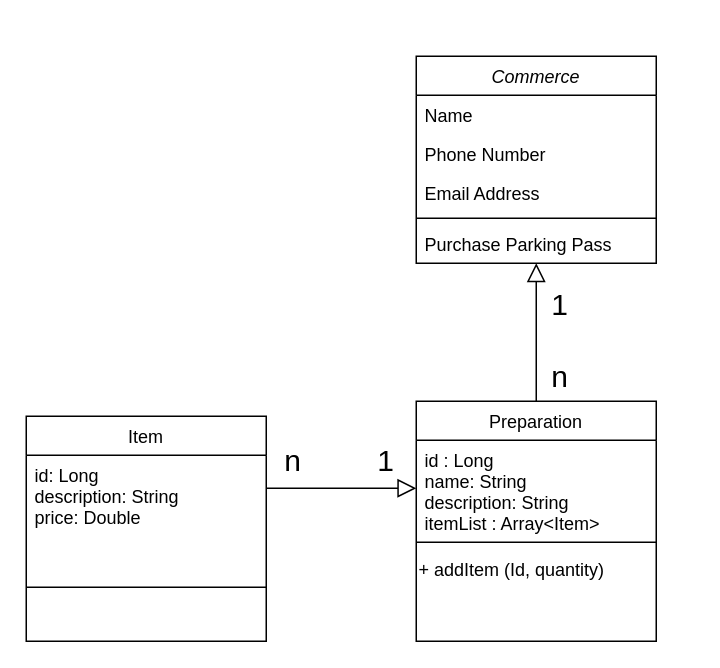
This is docs/AutoPricerDatabase.drawio from mariano115/auto-pricer-backend, a draw.io file, before an edit. Source tidied: cells renumbered, new cells numbered last; positions are measured from the earlier drawing's top-left corner, leaving out a move shared by most shapes. Both pictures are drawn from the tidied source at 150%, with x=0, y=0 at pixel (26, 56).
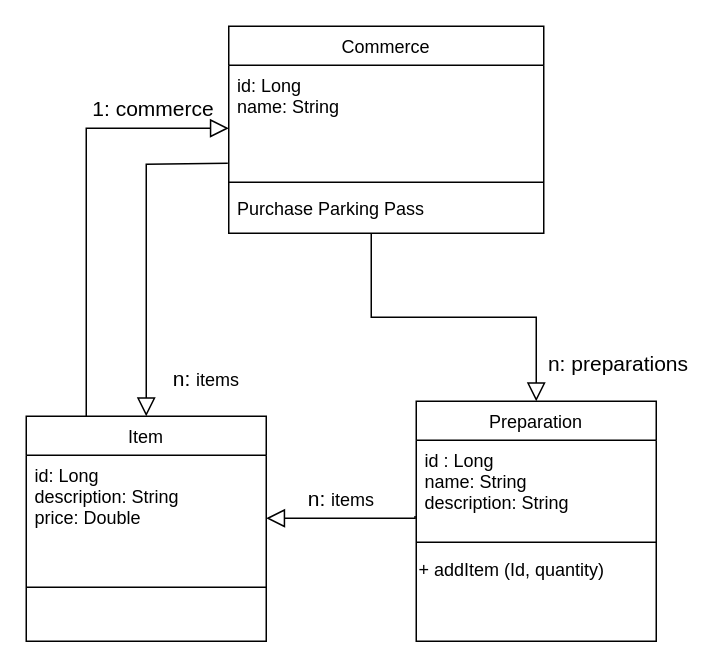
Above is the later version.

Unchanged cells that the change refers to:
```xml
<mxCell id="8" value="Item" style="swimlane;fontStyle=0;align=center;verticalAlign=top;horizontal=1;startSize=26;rounded=0;shadow=0;strokeWidth=1;" parent="1" vertex="1">
  <mxGeometry y="240" width="160" height="150" as="geometry" />
</mxCell>
<mxCell id="9" value="id: Long&#10;description: String&#10;price: Double" style="text;align=left;verticalAlign=top;spacingLeft=4;spacingRight=4;overflow=hidden;points=[[0,0.5],[1,0.5]];portConstraint=eastwest;" parent="8" vertex="1">
  <mxGeometry y="26" width="160" height="84" as="geometry" />
</mxCell>
<mxCell id="12" value="Preparation" style="swimlane;fontStyle=0;align=center;verticalAlign=top;horizontal=1;startSize=26;rounded=0;shadow=0;strokeWidth=1;" parent="1" vertex="1">
  <mxGeometry x="260" y="230" width="160" height="160" as="geometry" />
</mxCell>
```

Diff of the diagram source:
```diff
@@
-    <mxCell id="2" value="Commerce" style="swimlane;fontStyle=2;align=center;verticalAlign=top;horizontal=1;startSize=26;rounded=0;shadow=0;strokeWidth=1;" parent="1" vertex="1">
-      <mxGeometry x="260" width="160" height="138" as="geometry" />
+    <mxCell id="2" value="Commerce" style="swimlane;fontStyle=0;align=center;verticalAlign=top;horizontal=1;startSize=26;rounded=0;shadow=0;strokeWidth=1;" parent="1" vertex="1">
+      <mxGeometry x="135" y="-20" width="210" height="138" as="geometry" />
     </mxCell>
-    <mxCell id="3" value="Name" style="text;align=left;verticalAlign=top;spacingLeft=4;spacingRight=4;overflow=hidden;points=[[0,0.5],[1,0.5]];portConstraint=eastwest;" parent="2" vertex="1">
-      <mxGeometry y="26" width="160" height="26" as="geometry" />
+    <mxCell id="3" value="id: Long&#10;name: String&#10;" style="text;align=left;verticalAlign=top;spacingLeft=4;spacingRight=4;overflow=hidden;points=[[0,0.5],[1,0.5]];portConstraint=eastwest;" parent="2" vertex="1">
+      <mxGeometry y="26" width="210" height="74" as="geometry" />
     </mxCell>
-    <mxCell id="4" value="Phone Number" style="text;align=left;verticalAlign=top;spacingLeft=4;spacingRight=4;overflow=hidden;rounded=0;shadow=0;html=0;" parent="2" vertex="1">
-      <mxGeometry y="52" width="160" height="26" as="geometry" />
-    </mxCell>
-    <mxCell id="5" value="Email Address" style="text;align=left;verticalAlign=top;spacingLeft=4;spacingRight=4;overflow=hidden;rounded=0;shadow=0;html=0;" parent="2" vertex="1">
-      <mxGeometry y="78" width="160" height="26" as="geometry" />
-    </mxCell>
     <mxCell id="6" style="line;html=1;strokeWidth=1;align=left;verticalAlign=middle;spacingTop=-1;spacingLeft=3;spacingRight=3;labelPosition=right;" parent="2" vertex="1">
-      <mxGeometry y="104" width="160" height="8" as="geometry" />
+      <mxGeometry y="100" width="210" height="8" as="geometry" />
     </mxCell>
     <mxCell id="7" value="Purchase Parking Pass" style="text;align=left;verticalAlign=top;spacingLeft=4;spacingRight=4;overflow=hidden;" parent="2" vertex="1">
-      <mxGeometry y="112" width="160" height="26" as="geometry" />
+      <mxGeometry y="108" width="210" height="26" as="geometry" />
     </mxCell>
@@
-    <mxCell id="11" style="endArrow=block;endSize=10;endFill=0;shadow=0;strokeWidth=1;rounded=0;edgeStyle=elbowEdgeStyle;elbow=vertical;entryX=0;entryY=0.5;entryDx=0;entryDy=0;" parent="1" edge="1" source="8" target="13">
-      <mxGeometry relative="1" as="geometry" />
-    </mxCell>
@@
-    <mxCell id="13" value="id : Long&#10;name: String&#10;description: String&#10;itemList : Array&lt;Item&gt;&#10;&#10;" style="text;align=left;verticalAlign=top;spacingLeft=4;spacingRight=4;overflow=hidden;points=[[0,0.5],[1,0.5]];portConstraint=eastwest;" parent="12" vertex="1">
+    <mxCell id="13" value="id : Long&#10;name: String&#10;description: String&#10;&#10;" style="text;align=left;verticalAlign=top;spacingLeft=4;spacingRight=4;overflow=hidden;points=[[0,0.5],[1,0.5]];portConstraint=eastwest;" parent="12" vertex="1">
       <mxGeometry y="26" width="160" height="64" as="geometry" />
     </mxCell>
@@
-    <mxCell id="16" style="endArrow=block;endSize=10;endFill=0;shadow=0;strokeWidth=1;rounded=0;edgeStyle=elbowEdgeStyle;elbow=vertical;" parent="1" edge="1" source="12" target="2">
-      <mxGeometry relative="1" as="geometry" />
+    <mxCell id="16" style="endArrow=block;endSize=10;endFill=0;shadow=0;strokeWidth=1;rounded=0;edgeStyle=elbowEdgeStyle;elbow=vertical;exitX=0;exitY=0;exitDx=0;exitDy=0;entryX=0.25;entryY=1;entryDx=0;entryDy=0;" parent="1" edge="1">
+      <mxGeometry relative="1" as="geometry">
+        <mxPoint x="230" y="118" as="sourcePoint" />
+        <mxPoint x="340" y="230" as="targetPoint" />
+      </mxGeometry>
     </mxCell>
-    <mxCell id="17" value="1" style="text;html=1;strokeColor=none;fillColor=none;align=center;verticalAlign=middle;whiteSpace=wrap;rounded=0;fontSize=20;" parent="1" vertex="1">
-      <mxGeometry x="326" y="150" width="60" height="30" as="geometry" />
-    </mxCell>
-    <mxCell id="18" value="n" style="text;html=1;strokeColor=none;fillColor=none;align=center;verticalAlign=middle;whiteSpace=wrap;rounded=0;fontSize=20;" parent="1" vertex="1">
-      <mxGeometry x="328" y="196" width="56" height="34" as="geometry" />
-    </mxCell>
-    <mxCell id="19" value="1" style="text;html=1;strokeColor=none;fillColor=none;align=center;verticalAlign=middle;whiteSpace=wrap;rounded=0;fontSize=20;" parent="1" vertex="1">
-      <mxGeometry x="210" y="254" width="60" height="30" as="geometry" />
-    </mxCell>
-    <mxCell id="20" value="n" style="text;html=1;strokeColor=none;fillColor=none;align=center;verticalAlign=middle;whiteSpace=wrap;rounded=0;fontSize=20;" parent="1" vertex="1">
-      <mxGeometry x="150" y="252" width="56" height="34" as="geometry" />
-    </mxCell>
+    <mxCell id="21" style="endArrow=block;endSize=10;endFill=0;shadow=0;strokeWidth=1;rounded=0;edgeStyle=elbowEdgeStyle;elbow=vertical;exitX=0.25;exitY=0;exitDx=0;exitDy=0;entryX=0.002;entryY=0.778;entryDx=0;entryDy=0;entryPerimeter=0;" parent="1" edge="1" source="8">
+      <mxGeometry relative="1" as="geometry">
+        <mxPoint x="135" y="48" as="targetPoint" />
+        <Array as="points">
+          <mxPoint x="110" y="48" />
+        </Array>
+      </mxGeometry>
+    </mxCell>
+    <mxCell id="22" value="&lt;font style=&quot;font-size: 14px;&quot;&gt;n: preparations&lt;/font&gt;" style="text;html=1;strokeColor=none;fillColor=none;align=center;verticalAlign=middle;whiteSpace=wrap;rounded=0;" parent="1" vertex="1">
+      <mxGeometry x="345" y="190" width="100" height="30" as="geometry" />
+    </mxCell>
+    <mxCell id="23" value="&lt;span style=&quot;font-size: 14px;&quot;&gt;&amp;nbsp;n:&amp;nbsp;&lt;/span&gt;items&amp;nbsp;" style="text;html=1;strokeColor=none;fillColor=none;align=center;verticalAlign=middle;whiteSpace=wrap;rounded=0;" parent="1" vertex="1">
+      <mxGeometry x="180" y="280" width="60" height="30" as="geometry" />
+    </mxCell>
+    <mxCell id="24" style="endArrow=block;endSize=10;endFill=0;shadow=0;strokeWidth=1;rounded=0;edgeStyle=elbowEdgeStyle;elbow=vertical;exitX=-0.005;exitY=0.788;exitDx=0;exitDy=0;entryX=1;entryY=0.5;entryDx=0;entryDy=0;exitPerimeter=0;" parent="1" edge="1" source="13" target="9">
+      <mxGeometry relative="1" as="geometry">
+        <Array as="points">
+          <mxPoint x="220" y="308" />
+        </Array>
+      </mxGeometry>
+    </mxCell>
+    <mxCell id="25" style="endArrow=block;endSize=10;endFill=0;shadow=0;strokeWidth=1;rounded=0;edgeStyle=elbowEdgeStyle;elbow=vertical;entryX=0.5;entryY=0;entryDx=0;entryDy=0;exitX=-0.003;exitY=0.882;exitDx=0;exitDy=0;exitPerimeter=0;" parent="1" edge="1" source="3" target="8">
+      <mxGeometry relative="1" as="geometry">
+        <Array as="points">
+          <mxPoint x="110" y="72" />
+        </Array>
+      </mxGeometry>
+    </mxCell>
+    <mxCell id="26" value="&lt;span style=&quot;font-size: 14px;&quot;&gt;1: commerce&lt;/span&gt;" style="text;html=1;strokeColor=none;fillColor=none;align=center;verticalAlign=middle;whiteSpace=wrap;rounded=0;" parent="1" vertex="1">
+      <mxGeometry x="35" y="20" width="100" height="30" as="geometry" />
+    </mxCell>
+    <mxCell id="27" value="&lt;span style=&quot;font-size: 14px;&quot;&gt;&amp;nbsp;n:&amp;nbsp;&lt;/span&gt;items&amp;nbsp;" style="text;html=1;strokeColor=none;fillColor=none;align=center;verticalAlign=middle;whiteSpace=wrap;rounded=0;" parent="1" vertex="1">
+      <mxGeometry x="90" y="200" width="60" height="30" as="geometry" />
+    </mxCell>
```
